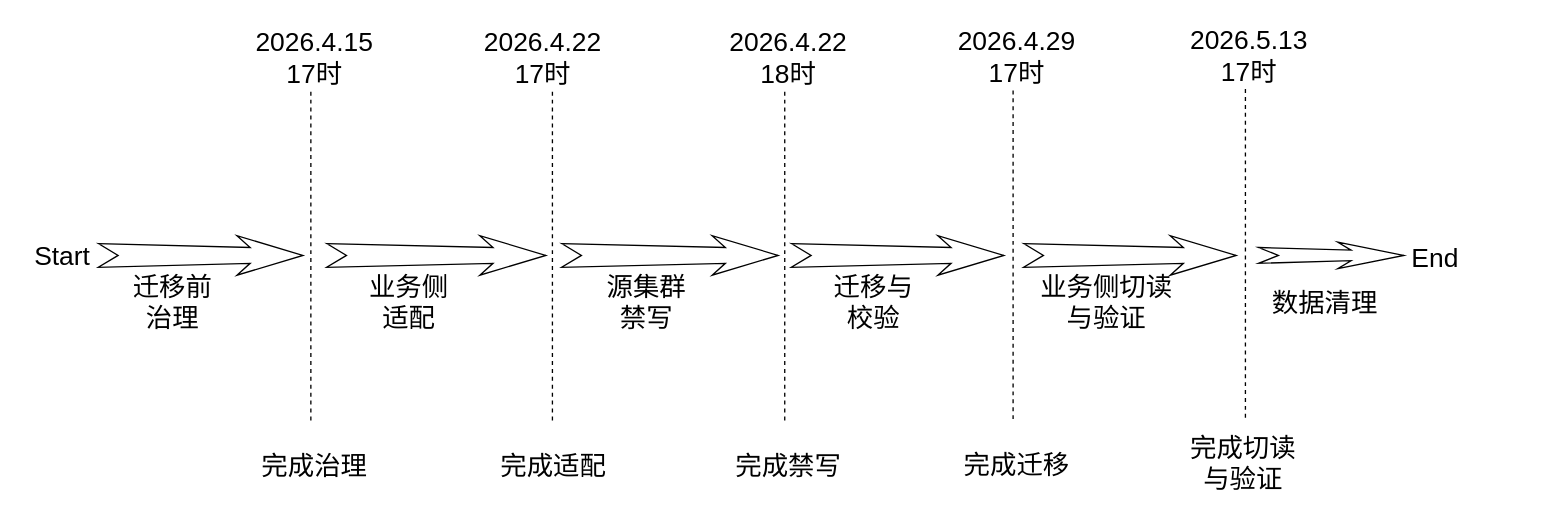
Before: 数据治理.drawio in ydh12356890/DiDiDraw, a draw.io diagram. Source tidied: cells renumbered, new cells numbered last; positions are measured from the earlier drawing's top-left corner, leaving out a move shared by most shapes. Both pictures are drawn from the tidied source at 132%, with x=0, y=0 at pixel (22, 34).
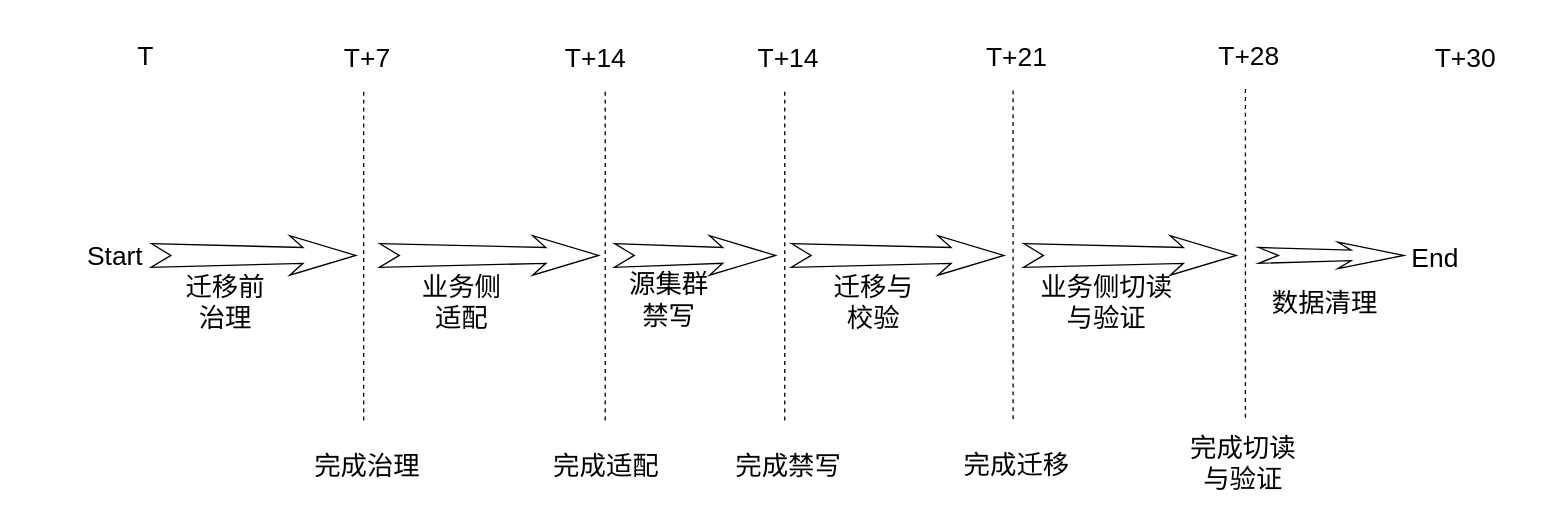
The same page after the edit.

Commit message:
更新数据治理.drawio

The edit, as a diff of the source:
```diff
@@
     <mxCell id="2" value="迁移前&lt;br&gt;治理" style="text;html=1;whiteSpace=wrap;strokeColor=none;fillColor=none;align=center;verticalAlign=middle;rounded=0;fontSize=20;" parent="1" vertex="1">
-      <mxGeometry x="72" y="186.5" width="82.5" height="30" as="geometry" />
+      <mxGeometry x="112" y="186.5" width="82.5" height="30" as="geometry" />
     </mxCell>
     <mxCell id="3" value="业务侧&lt;br&gt;适配" style="text;html=1;whiteSpace=wrap;strokeColor=none;fillColor=none;align=center;verticalAlign=middle;rounded=0;fontSize=20;" parent="1" vertex="1">
-      <mxGeometry x="251" y="186.5" width="82.5" height="30" as="geometry" />
+      <mxGeometry x="291" y="186.5" width="82.5" height="30" as="geometry" />
     </mxCell>
     <mxCell id="4" value="源集群&lt;br&gt;禁写" style="text;html=1;whiteSpace=wrap;strokeColor=none;fillColor=none;align=center;verticalAlign=middle;rounded=0;fontSize=20;" parent="1" vertex="1">
-      <mxGeometry x="431" y="186.5" width="82.5" height="30" as="geometry" />
+      <mxGeometry x="448" y="185" width="82.5" height="30" as="geometry" />
     </mxCell>
@@
     <mxCell id="7" style="endArrow=none;dashed=1;html=1;rounded=0;fontSize=20;" parent="1" edge="1">
       <mxGeometry relative="1" as="geometry">
-        <mxPoint x="218" y="292" as="sourcePoint" />
-        <mxPoint x="218" y="42" as="targetPoint" />
+        <mxPoint x="258" y="292" as="sourcePoint" />
+        <mxPoint x="258" y="42" as="targetPoint" />
       </mxGeometry>
     </mxCell>
     <mxCell id="8" style="endArrow=none;dashed=1;html=1;rounded=0;fontSize=20;" parent="1" edge="1">
       <mxGeometry relative="1" as="geometry">
-        <mxPoint x="401" y="292" as="sourcePoint" />
-        <mxPoint x="401" y="42" as="targetPoint" />
+        <mxPoint x="441" y="292" as="sourcePoint" />
+        <mxPoint x="441" y="42" as="targetPoint" />
       </mxGeometry>
     </mxCell>
@@
-    <mxCell id="11" value="2026.4.15 17时" style="text;html=1;whiteSpace=wrap;strokeColor=none;fillColor=none;align=center;verticalAlign=middle;rounded=0;fontSize=20;" parent="1" vertex="1">
-      <mxGeometry x="168" y="2" width="106" height="30" as="geometry" />
+    <mxCell id="11" value="T+7" style="text;html=1;whiteSpace=wrap;strokeColor=none;fillColor=none;align=center;verticalAlign=middle;rounded=0;fontSize=20;" parent="1" vertex="1">
+      <mxGeometry x="208" y="2" width="106" height="30" as="geometry" />
     </mxCell>
     <mxCell id="12" value="Start" style="text;html=1;whiteSpace=wrap;strokeColor=none;fillColor=none;align=center;verticalAlign=middle;rounded=0;fontSize=20;" parent="1" vertex="1">
-      <mxGeometry y="152" width="60" height="30" as="geometry" />
+      <mxGeometry x="40" y="152" width="60" height="30" as="geometry" />
     </mxCell>
@@
-    <mxCell id="14" value="2026.4.22 17时" style="text;html=1;whiteSpace=wrap;strokeColor=none;fillColor=none;align=center;verticalAlign=middle;rounded=0;fontSize=20;" parent="1" vertex="1">
-      <mxGeometry x="341" y="2" width="106" height="30" as="geometry" />
+    <mxCell id="14" value="T+14" style="text;html=1;whiteSpace=wrap;strokeColor=none;fillColor=none;align=center;verticalAlign=middle;rounded=0;fontSize=20;" parent="1" vertex="1">
+      <mxGeometry x="381" y="2" width="106" height="30" as="geometry" />
     </mxCell>
-    <mxCell id="15" value="2026.4.22 18时" style="text;html=1;whiteSpace=wrap;strokeColor=none;fillColor=none;align=center;verticalAlign=middle;rounded=0;fontSize=20;" parent="1" vertex="1">
+    <mxCell id="15" value="T+14" style="text;html=1;whiteSpace=wrap;strokeColor=none;fillColor=none;align=center;verticalAlign=middle;rounded=0;fontSize=20;" parent="1" vertex="1">
       <mxGeometry x="527" y="2" width="106" height="30" as="geometry" />
     </mxCell>
-    <mxCell id="16" value="2026.4.29 17时" style="text;html=1;whiteSpace=wrap;strokeColor=none;fillColor=none;align=center;verticalAlign=middle;rounded=0;fontSize=20;" parent="1" vertex="1">
+    <mxCell id="16" value="T+21" style="text;html=1;whiteSpace=wrap;strokeColor=none;fillColor=none;align=center;verticalAlign=middle;rounded=0;fontSize=20;" parent="1" vertex="1">
       <mxGeometry x="700" y="1" width="106" height="30" as="geometry" />
     </mxCell>
     <mxCell id="17" value="完成治理" style="text;html=1;whiteSpace=wrap;strokeColor=none;fillColor=none;align=center;verticalAlign=middle;rounded=0;fontSize=20;" parent="1" vertex="1">
-      <mxGeometry x="176" y="311" width="90" height="30" as="geometry" />
+      <mxGeometry x="216" y="311" width="90" height="30" as="geometry" />
     </mxCell>
     <mxCell id="18" value="完成适配" style="text;html=1;whiteSpace=wrap;strokeColor=none;fillColor=none;align=center;verticalAlign=middle;rounded=0;fontSize=20;" parent="1" vertex="1">
-      <mxGeometry x="357" y="311" width="90" height="30" as="geometry" />
+      <mxGeometry x="397" y="311" width="90" height="30" as="geometry" />
     </mxCell>
@@
-    <mxCell id="22" value="2026.5.13 17时" style="text;html=1;whiteSpace=wrap;strokeColor=none;fillColor=none;align=center;verticalAlign=middle;rounded=0;fontSize=20;" parent="1" vertex="1">
+    <mxCell id="22" value="T+28" style="text;html=1;whiteSpace=wrap;strokeColor=none;fillColor=none;align=center;verticalAlign=middle;rounded=0;fontSize=20;" parent="1" vertex="1">
       <mxGeometry x="876" width="106" height="30" as="geometry" />
     </mxCell>
@@
     <mxCell id="24" style="html=1;shadow=0;dashed=0;align=center;verticalAlign=middle;shape=mxgraph.arrows2.stylisedArrow;dy=0.6;dx=40;notch=15;feather=0.4;fontSize=20;" parent="1" vertex="1">
-      <mxGeometry x="57" y="152" width="155" height="30" as="geometry" />
+      <mxGeometry x="97" y="152" width="155" height="30" as="geometry" />
     </mxCell>
     <mxCell id="25" style="html=1;shadow=0;dashed=0;align=center;verticalAlign=middle;shape=mxgraph.arrows2.stylisedArrow;dy=0.6;dx=40;notch=15;feather=0.4;fontSize=20;" parent="1" vertex="1">
-      <mxGeometry x="230" y="152" width="166" height="30" as="geometry" />
+      <mxGeometry x="270" y="152" width="166" height="30" as="geometry" />
     </mxCell>
     <mxCell id="26" style="html=1;shadow=0;dashed=0;align=center;verticalAlign=middle;shape=mxgraph.arrows2.stylisedArrow;dy=0.6;dx=40;notch=15;feather=0.4;fontSize=20;" parent="1" vertex="1">
-      <mxGeometry x="408" y="152" width="164" height="30" as="geometry" />
+      <mxGeometry x="448" y="152" width="122" height="30" as="geometry" />
     </mxCell>
@@
+    <mxCell id="31" value="T" style="text;html=1;whiteSpace=wrap;strokeColor=none;fillColor=none;align=center;verticalAlign=middle;rounded=0;fontSize=20;" parent="1" vertex="1">
+      <mxGeometry x="40" width="106" height="30" as="geometry" />
+    </mxCell>
+    <mxCell id="32" value="T+30" style="text;html=1;whiteSpace=wrap;strokeColor=none;fillColor=none;align=center;verticalAlign=middle;rounded=0;fontSize=20;" parent="1" vertex="1">
+      <mxGeometry x="1040" y="2" width="106" height="30" as="geometry" />
+    </mxCell>
```
